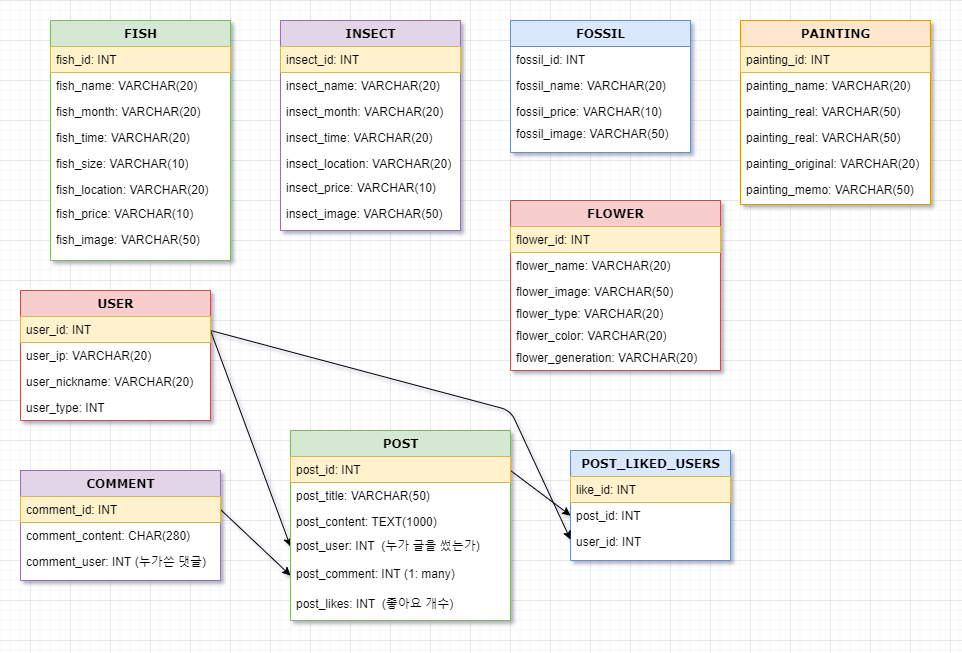
Above: imgs/ERD.png in blueboy1593/AnimalCrossing (draw.io), before the change. Source tidied: cells renumbered, new cells last; positions are measured from the earlier drawing's top-left corner, leaving out a move shared by most shapes.
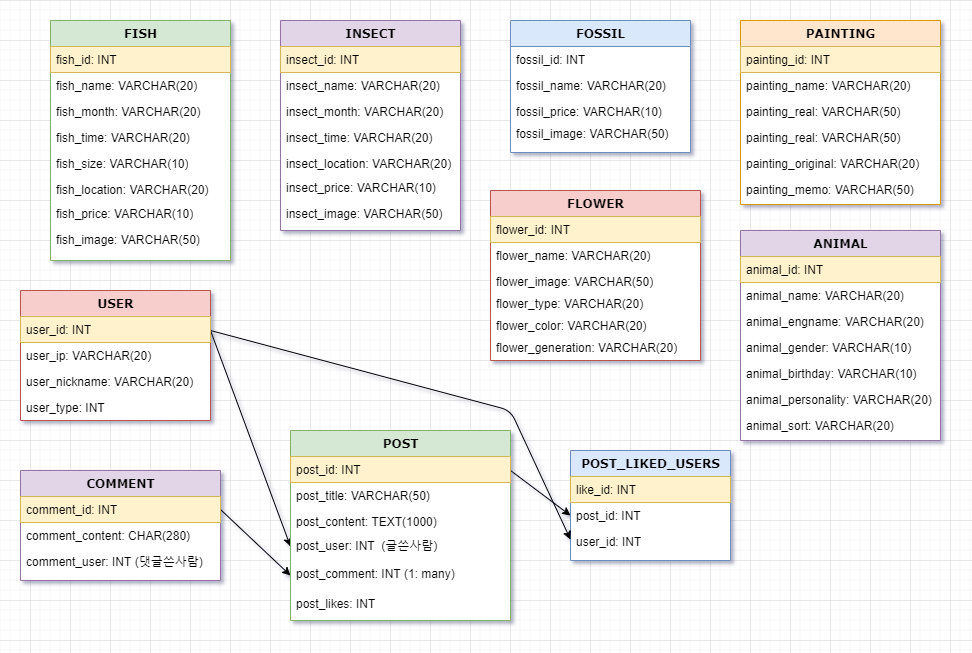
After the commit.

Diff of the diagram source:
```diff
@@ -69,25 +69,25 @@
       <mxGeometry y="100" width="180" height="32" as="geometry" />
     </mxCell>
     <mxCell id="24" value="PAINTING" style="swimlane;html=1;fontStyle=1;align=center;verticalAlign=top;horizontal=1;startSize=26;swimlaneFillColor=#ffffff;rounded=0;shadow=0;comic=0;labelBackgroundColor=none;strokeWidth=1;fillColor=#ffe6cc;fontFamily=Verdana;fontSize=12;strokeColor=#d79b00;" parent="1" vertex="1">
-      <mxGeometry x="720" width="190" height="184" as="geometry" />
+      <mxGeometry x="720" width="200" height="184" as="geometry" />
     </mxCell>
     <mxCell id="25" value="painting_id: INT" style="text;html=1;strokeColor=#d6b656;fillColor=#fff2cc;align=left;verticalAlign=top;spacingLeft=4;spacingRight=4;whiteSpace=wrap;overflow=hidden;" parent="24" vertex="1">
-      <mxGeometry y="26" width="190" height="26" as="geometry" />
+      <mxGeometry y="26" width="200" height="26" as="geometry" />
     </mxCell>
     <mxCell id="26" value="painting_name: VARCHAR(20)" style="text;html=1;strokeColor=none;fillColor=none;align=left;verticalAlign=top;spacingLeft=4;spacingRight=4;whiteSpace=wrap;overflow=hidden;" parent="24" vertex="1">
-      <mxGeometry y="52" width="190" height="26" as="geometry" />
+      <mxGeometry y="52" width="200" height="26" as="geometry" />
     </mxCell>
     <mxCell id="27" value="painting_real: VARCHAR(50)" style="text;html=1;strokeColor=none;fillColor=none;align=left;verticalAlign=top;spacingLeft=4;spacingRight=4;whiteSpace=wrap;overflow=hidden;" parent="24" vertex="1">
-      <mxGeometry y="78" width="190" height="26" as="geometry" />
+      <mxGeometry y="78" width="200" height="26" as="geometry" />
     </mxCell>
     <mxCell id="28" value="painting_real: VARCHAR(50)" style="text;html=1;strokeColor=none;fillColor=none;align=left;verticalAlign=top;spacingLeft=4;spacingRight=4;whiteSpace=wrap;overflow=hidden;" parent="24" vertex="1">
-      <mxGeometry y="104" width="190" height="26" as="geometry" />
+      <mxGeometry y="104" width="200" height="26" as="geometry" />
     </mxCell>
     <mxCell id="29" value="painting_original: VARCHAR(20)" style="text;html=1;strokeColor=none;fillColor=none;align=left;verticalAlign=top;spacingLeft=4;spacingRight=4;whiteSpace=wrap;overflow=hidden;" parent="24" vertex="1">
-      <mxGeometry y="130" width="190" height="26" as="geometry" />
+      <mxGeometry y="130" width="200" height="26" as="geometry" />
     </mxCell>
     <mxCell id="30" value="painting_memo: VARCHAR(50)" style="text;html=1;strokeColor=none;fillColor=none;align=left;verticalAlign=top;spacingLeft=4;spacingRight=4;whiteSpace=wrap;overflow=hidden;" parent="24" vertex="1">
-      <mxGeometry y="156" width="190" height="26" as="geometry" />
+      <mxGeometry y="156" width="200" height="26" as="geometry" />
     </mxCell>
     <mxCell id="31" value="POST_LIKED_USERS" style="swimlane;html=1;fontStyle=1;align=center;verticalAlign=top;horizontal=1;startSize=26;swimlaneFillColor=#ffffff;rounded=0;shadow=0;comic=0;labelBackgroundColor=none;strokeWidth=1;fillColor=#dae8fc;fontFamily=Verdana;fontSize=12;strokeColor=#6c8ebf;" parent="1" vertex="1">
       <mxGeometry x="550" y="430" width="160" height="110" as="geometry" />
@@ -141,7 +141,7 @@
     <mxCell id="45" value="comment_content: CHAR(280)" style="text;html=1;strokeColor=none;fillColor=none;align=left;verticalAlign=top;spacingLeft=4;spacingRight=4;whiteSpace=wrap;overflow=hidden;" parent="43" vertex="1">
       <mxGeometry y="52" width="200" height="26" as="geometry" />
     </mxCell>
-    <mxCell id="46" value="comment_user: INT (누가쓴 댓글)" style="text;html=1;strokeColor=none;fillColor=none;align=left;verticalAlign=top;spacingLeft=4;spacingRight=4;whiteSpace=wrap;overflow=hidden;" parent="43" vertex="1">
+    <mxCell id="46" value="comment_user: INT (댓글쓴사람)" style="text;html=1;strokeColor=none;fillColor=none;align=left;verticalAlign=top;spacingLeft=4;spacingRight=4;whiteSpace=wrap;overflow=hidden;" parent="43" vertex="1">
       <mxGeometry y="78" width="200" height="26" as="geometry" />
     </mxCell>
     <mxCell id="47" style="endArrow=classic;html=1;entryX=0;entryY=0.5;entryDx=0;entryDy=0;" parent="1" edge="1" target="33">
@@ -161,17 +161,41 @@
     <mxCell id="51" value="post_content: TEXT(1000)" style="text;html=1;strokeColor=none;fillColor=none;align=left;verticalAlign=top;spacingLeft=4;spacingRight=4;whiteSpace=wrap;overflow=hidden;" parent="48" vertex="1">
       <mxGeometry y="78" width="220" height="24" as="geometry" />
     </mxCell>
-    <mxCell id="52" value="post_user: INT&amp;nbsp; (누가 글을 썼는가)" style="text;html=1;strokeColor=none;fillColor=none;align=left;verticalAlign=top;spacingLeft=4;spacingRight=4;whiteSpace=wrap;overflow=hidden;points=[[0,0.5],[1,0.5]];portConstraint=eastwest;" parent="48" vertex="1">
+    <mxCell id="52" value="post_user: INT&amp;nbsp; (글쓴사람)" style="text;html=1;strokeColor=none;fillColor=none;align=left;verticalAlign=top;spacingLeft=4;spacingRight=4;whiteSpace=wrap;overflow=hidden;points=[[0,0.5],[1,0.5]];portConstraint=eastwest;" parent="48" vertex="1">
       <mxGeometry y="102" width="220" height="28" as="geometry" />
     </mxCell>
     <mxCell id="53" value="post_comment: INT (1: many)" style="text;html=1;strokeColor=none;fillColor=none;align=left;verticalAlign=top;spacingLeft=4;spacingRight=4;whiteSpace=wrap;overflow=hidden;points=[[0,0.5],[1,0.5]];portConstraint=eastwest;" parent="48" vertex="1">
       <mxGeometry y="130" width="220" height="30" as="geometry" />
     </mxCell>
-    <mxCell id="54" value="post_likes: INT&amp;nbsp; (좋아요 개수)" style="text;html=1;strokeColor=none;fillColor=none;align=left;verticalAlign=top;spacingLeft=4;spacingRight=4;whiteSpace=wrap;overflow=hidden;" parent="48" vertex="1">
+    <mxCell id="54" value="post_likes: INT&amp;nbsp;" style="text;html=1;strokeColor=none;fillColor=none;align=left;verticalAlign=top;spacingLeft=4;spacingRight=4;whiteSpace=wrap;overflow=hidden;" parent="48" vertex="1">
       <mxGeometry y="160" width="220" height="28" as="geometry" />
     </mxCell>
+    <mxCell id="62" value="ANIMAL" style="swimlane;html=1;fontStyle=1;align=center;verticalAlign=top;horizontal=1;startSize=26;swimlaneFillColor=#ffffff;rounded=0;shadow=0;comic=0;labelBackgroundColor=none;strokeWidth=1;fillColor=#e1d5e7;fontFamily=Verdana;fontSize=12;strokeColor=#9673a6;" parent="1" vertex="1">
+      <mxGeometry x="720" y="210" width="200" height="210" as="geometry" />
+    </mxCell>
+    <mxCell id="63" value="animal_id: INT" style="text;html=1;strokeColor=#d6b656;fillColor=#fff2cc;align=left;verticalAlign=top;spacingLeft=4;spacingRight=4;whiteSpace=wrap;overflow=hidden;" parent="62" vertex="1">
+      <mxGeometry y="26" width="200" height="26" as="geometry" />
+    </mxCell>
+    <mxCell id="64" value="animal_name: VARCHAR(20)" style="text;html=1;strokeColor=none;fillColor=none;align=left;verticalAlign=top;spacingLeft=4;spacingRight=4;whiteSpace=wrap;overflow=hidden;" parent="62" vertex="1">
+      <mxGeometry y="52" width="200" height="26" as="geometry" />
+    </mxCell>
+    <mxCell id="65" value="animal_engname: VARCHAR(20)" style="text;html=1;strokeColor=none;fillColor=none;align=left;verticalAlign=top;spacingLeft=4;spacingRight=4;whiteSpace=wrap;overflow=hidden;" parent="62" vertex="1">
+      <mxGeometry y="78" width="200" height="26" as="geometry" />
+    </mxCell>
+    <mxCell id="66" value="animal_gender: VARCHAR(10)" style="text;html=1;strokeColor=none;fillColor=none;align=left;verticalAlign=top;spacingLeft=4;spacingRight=4;whiteSpace=wrap;overflow=hidden;" parent="62" vertex="1">
+      <mxGeometry y="104" width="200" height="26" as="geometry" />
+    </mxCell>
+    <mxCell id="67" value="animal_birthday: VARCHAR(10)" style="text;html=1;strokeColor=none;fillColor=none;align=left;verticalAlign=top;spacingLeft=4;spacingRight=4;whiteSpace=wrap;overflow=hidden;" parent="62" vertex="1">
+      <mxGeometry y="130" width="200" height="26" as="geometry" />
+    </mxCell>
+    <mxCell id="68" value="animal_personality: VARCHAR(20)" style="text;html=1;strokeColor=none;fillColor=none;align=left;verticalAlign=top;spacingLeft=4;spacingRight=4;whiteSpace=wrap;overflow=hidden;" parent="62" vertex="1">
+      <mxGeometry y="156" width="200" height="26" as="geometry" />
+    </mxCell>
+    <mxCell id="69" value="animal_sort: VARCHAR(20)" style="text;html=1;strokeColor=none;fillColor=none;align=left;verticalAlign=top;spacingLeft=4;spacingRight=4;whiteSpace=wrap;overflow=hidden;" parent="62" vertex="1">
+      <mxGeometry y="182" width="200" height="26" as="geometry" />
+    </mxCell>
     <mxCell id="55" value="FLOWER" style="swimlane;html=1;fontStyle=1;align=center;verticalAlign=top;horizontal=1;startSize=26;swimlaneFillColor=#ffffff;rounded=0;shadow=0;comic=0;labelBackgroundColor=none;strokeWidth=1;fillColor=#f8cecc;fontFamily=Verdana;fontSize=12;strokeColor=#b85450;" parent="1" vertex="1">
-      <mxGeometry x="490" y="180" width="210" height="170" as="geometry" />
+      <mxGeometry x="470" y="170" width="210" height="170" as="geometry" />
     </mxCell>
     <mxCell id="56" value="flower_id: INT" style="text;html=1;strokeColor=#d6b656;fillColor=#fff2cc;align=left;verticalAlign=top;spacingLeft=4;spacingRight=4;whiteSpace=wrap;overflow=hidden;" parent="55" vertex="1">
       <mxGeometry y="26" width="210" height="26" as="geometry" />
```
